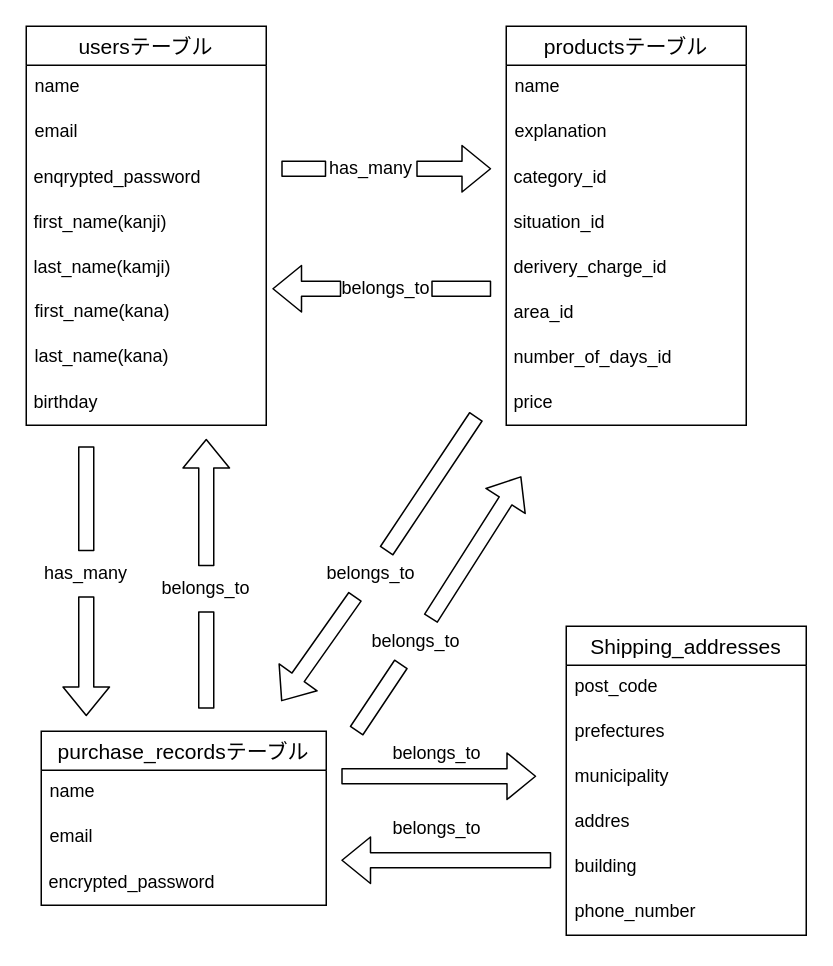
The draw.io diagram page "ページ1" (1 of 2) of er図.dio in snsk1997/furima-38458, before the edit. Source tidied: cells renumbered, new cells numbered last; positions are measured from the earlier drawing's top-left corner, leaving out a move shared by most shapes. Both pictures are drawn from the tidied source at 150%, with x=0, y=0 at pixel (26, 26).
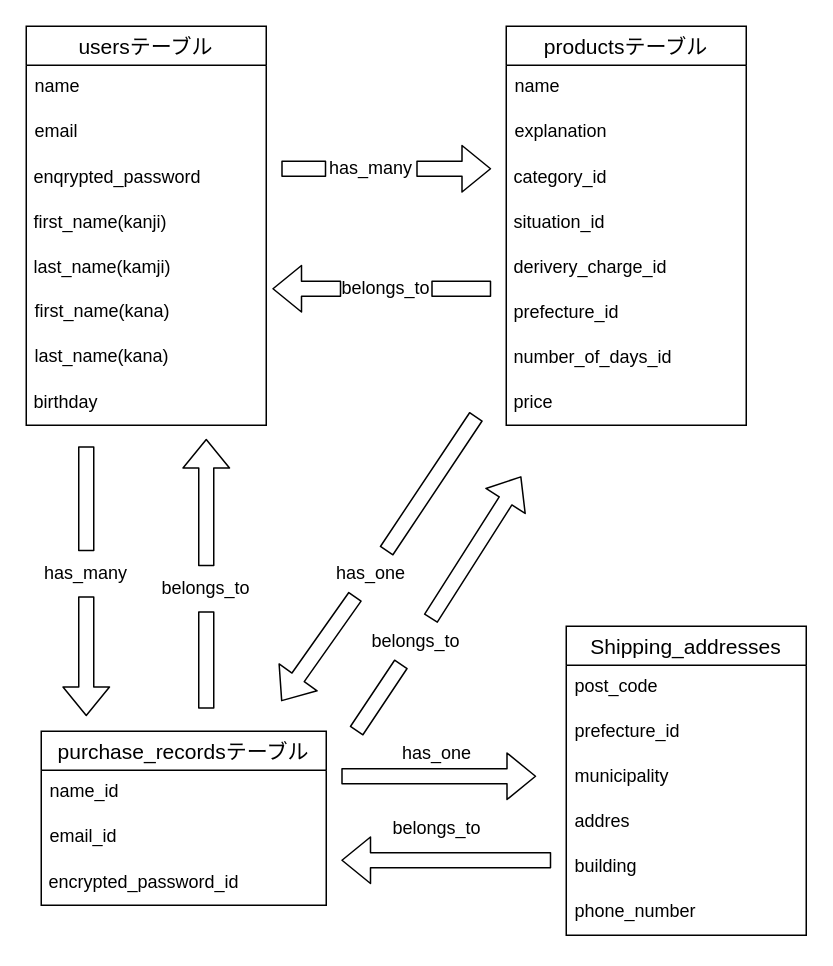
The same page after the edit.

Commit message (it also covers changes not shown here):
er図, README.mdファイル修正#3

Unchanged cells that the change refers to:
```xml
<mxCell id="11" value="productsテーブル" style="swimlane;fontStyle=0;horizontal=1;startSize=26;align=center;fontSize=14;" parent="1" vertex="1">
  <mxGeometry x="320" width="160" height="266" as="geometry" />
</mxCell>
<mxCell id="20" value="purchase_recordsテーブル" style="swimlane;fontStyle=0;horizontal=1;startSize=26;align=center;fontSize=14;" parent="1" vertex="1">
  <mxGeometry x="10" y="470" width="190" height="116" as="geometry" />
</mxCell>
<mxCell id="24" value="Shipping_addresses" style="swimlane;fontStyle=0;horizontal=1;startSize=26;align=center;fontSize=14;" parent="1" vertex="1">
  <mxGeometry x="360" y="400" width="160" height="206" as="geometry" />
</mxCell>
```

Diff of the diagram source:
```diff
@@
-    <mxCell id="17" value="&amp;nbsp;area_id" style="text;html=1;strokeColor=none;fillColor=none;align=left;verticalAlign=middle;whiteSpace=wrap;rounded=0;" parent="11" vertex="1">
+    <mxCell id="17" value="&amp;nbsp;prefecture_id" style="text;html=1;strokeColor=none;fillColor=none;align=left;verticalAlign=middle;whiteSpace=wrap;rounded=0;" parent="11" vertex="1">
       <mxGeometry y="176" width="160" height="30" as="geometry" />
     </mxCell>
@@
-    <mxCell id="21" value="name" style="text;strokeColor=none;fillColor=none;spacingLeft=4;spacingRight=4;overflow=hidden;fontSize=12;" parent="20" vertex="1">
+    <mxCell id="21" value="name_id" style="text;strokeColor=none;fillColor=none;spacingLeft=4;spacingRight=4;overflow=hidden;fontSize=12;" parent="20" vertex="1">
       <mxGeometry y="26" width="190" height="30" as="geometry" />
     </mxCell>
-    <mxCell id="22" value="email" style="text;strokeColor=none;fillColor=none;spacingLeft=4;spacingRight=4;overflow=hidden;fontSize=12;" parent="20" vertex="1">
+    <mxCell id="22" value="email_id" style="text;strokeColor=none;fillColor=none;spacingLeft=4;spacingRight=4;overflow=hidden;fontSize=12;" parent="20" vertex="1">
       <mxGeometry y="56" width="190" height="30" as="geometry" />
     </mxCell>
-    <mxCell id="23" value="&amp;nbsp;encrypted_password" style="text;html=1;strokeColor=none;fillColor=none;align=left;verticalAlign=middle;whiteSpace=wrap;rounded=0;" parent="20" vertex="1">
+    <mxCell id="23" value="&amp;nbsp;encrypted_password_id" style="text;html=1;strokeColor=none;fillColor=none;align=left;verticalAlign=middle;whiteSpace=wrap;rounded=0;" parent="20" vertex="1">
       <mxGeometry y="86" width="190" height="30" as="geometry" />
     </mxCell>
@@
-    <mxCell id="26" value="prefectures" style="text;strokeColor=none;fillColor=none;spacingLeft=4;spacingRight=4;overflow=hidden;fontSize=12;" parent="24" vertex="1">
+    <mxCell id="26" value="prefecture_id" style="text;strokeColor=none;fillColor=none;spacingLeft=4;spacingRight=4;overflow=hidden;fontSize=12;" parent="24" vertex="1">
       <mxGeometry y="56" width="160" height="30" as="geometry" />
     </mxCell>
@@
-    <mxCell id="45" value="belongs_to" style="text;html=1;strokeColor=none;fillColor=none;align=center;verticalAlign=middle;whiteSpace=wrap;rounded=0;" parent="1" vertex="1">
+    <mxCell id="45" value="has_one" style="text;html=1;strokeColor=none;fillColor=none;align=center;verticalAlign=middle;whiteSpace=wrap;rounded=0;" parent="1" vertex="1">
       <mxGeometry x="200" y="350" width="60" height="30" as="geometry" />
     </mxCell>
@@
-    <mxCell id="51" value="belongs_to" style="text;html=1;strokeColor=none;fillColor=none;align=center;verticalAlign=middle;whiteSpace=wrap;rounded=0;" parent="1" vertex="1">
+    <mxCell id="51" value="has_one" style="text;html=1;strokeColor=none;fillColor=none;align=center;verticalAlign=middle;whiteSpace=wrap;rounded=0;" parent="1" vertex="1">
       <mxGeometry x="244" y="470" width="60" height="30" as="geometry" />
     </mxCell>
```
